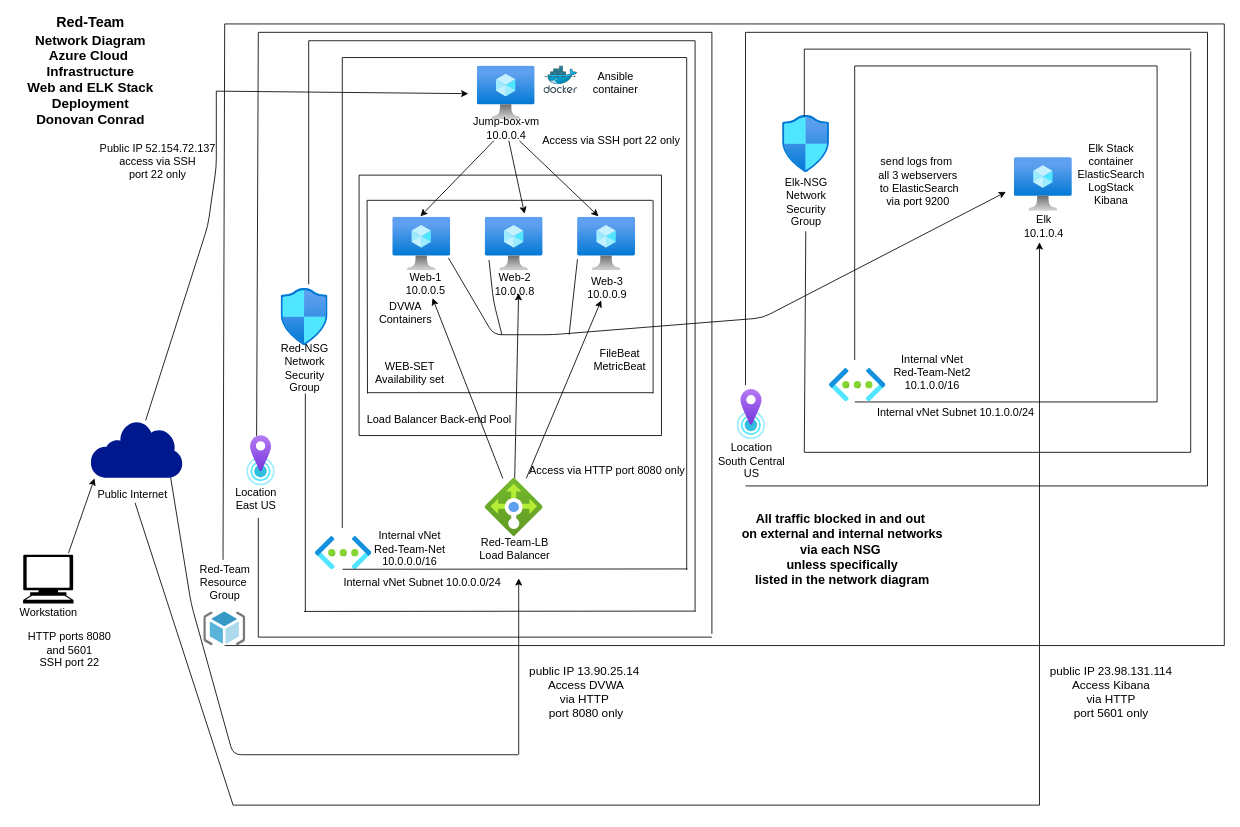
The draw.io diagram Diagrams/DConrad-Network-Diagram-Web-AND-ELK-Deployment-Azure.drawio in donovanconrad/cybersecurity_projects, before the edit. Source tidied: cells renumbered, new cells numbered last; positions are measured from the earlier drawing's top-left corner, leaving out a move shared by most shapes. Both pictures are drawn from the tidied source at 84%, with x=0, y=0 at pixel (14, 20).
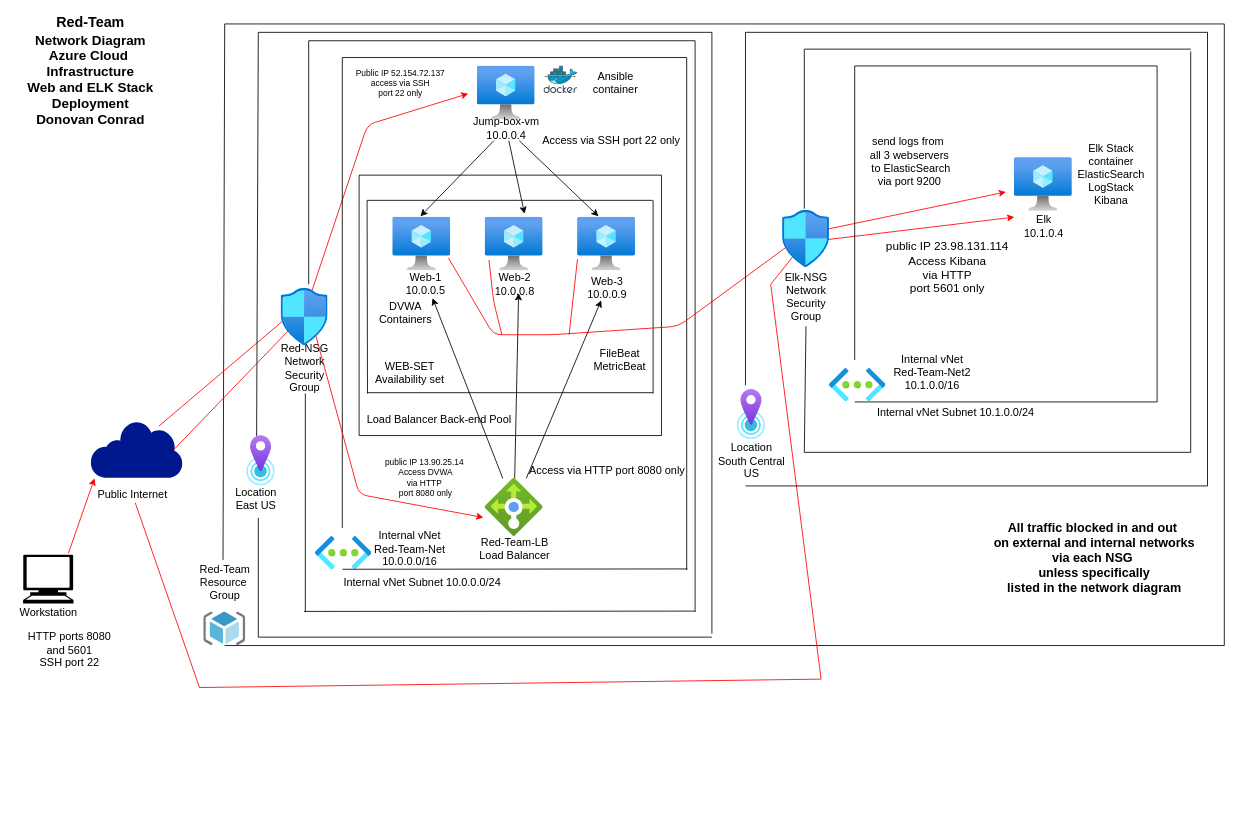
After the change.

Commit message (it also covers changes not shown here):
Update Network Diagrams

The change refers to these unchanged cells:
```xml
<mxCell id="3" style="html=1;points=[];align=center;image;fontSize=12;image=img/lib/azure2/compute/Virtual_Machine.svg;" parent="1" vertex="1">
  <mxGeometry x="450" y="234" width="69" height="64" as="geometry" />
</mxCell>
<mxCell id="4" style="html=1;points=[];align=center;image;fontSize=12;image=img/lib/azure2/compute/Virtual_Machine.svg;" parent="1" vertex="1">
  <mxGeometry x="670" y="234" width="69" height="64" as="geometry" />
</mxCell>
<mxCell id="5" style="html=1;points=[];align=center;image;fontSize=12;image=img/lib/azure2/compute/Virtual_Machine.svg;" parent="1" vertex="1">
  <mxGeometry x="560" y="234" width="69" height="64" as="geometry" />
</mxCell>
<mxCell id="8" style="html=1;points=[];align=center;image;fontSize=12;image=img/lib/azure2/networking/Load_Balancers.svg;" parent="1" vertex="1">
  <mxGeometry x="560" y="545" width="69" height="69" as="geometry" />
</mxCell>
<mxCell id="50" style="shadow=0;dashed=0;html=1;strokeColor=none;labelPosition=center;verticalLabelPosition=bottom;verticalAlign=top;align=center;fillColor=#00188D;shape=mxgraph.mscae.enterprise.internet;fontSize=13;" parent="1" vertex="1">
  <mxGeometry x="90" y="476" width="110" height="68.2" as="geometry" />
</mxCell>
<mxCell id="52" value="Public Internet&lt;br&gt;" style="text;html=1;align=center;verticalAlign=middle;points=[];fillColor=none;strokeColor=none;rounded=0;fontSize=13;" parent="1" vertex="1">
  <mxGeometry x="90" y="554" width="100" height="20" as="geometry" />
</mxCell>
```

What changed in the source:
```diff
@@
-    <mxCell id="9" style="html=1;points=[];align=center;image;fontSize=12;image=img/lib/azure2/networking/Network_Security_Groups.svg;" parent="1" vertex="1">
-      <mxGeometry x="317" y="319" width="56" height="68" as="geometry" />
-    </mxCell>
@@
-    <mxCell id="29" style="endArrow=classic;html=1;" parent="1" edge="1">
-      <mxGeometry relative="1" as="geometry">
-        <mxPoint x="600" y="874" as="sourcePoint" />
-        <mxPoint x="600" y="664" as="targetPoint" />
-      </mxGeometry>
-    </mxCell>
-    <mxCell id="30" style="endArrow=classic;html=1;" parent="1" edge="1">
+    <mxCell id="30" style="endArrow=classic;html=1;exitX=0.661;exitY=0.032;exitDx=0;exitDy=0;exitPerimeter=0;strokeColor=#FF0000;" parent="1" edge="1" source="9">
       <mxGeometry relative="1" as="geometry">
-        <mxPoint x="240" y="84" as="sourcePoint" />
         <mxPoint x="540" y="87" as="targetPoint" />
+        <Array as="points">
+          <mxPoint x="420" y="124" />
+        </Array>
       </mxGeometry>
     </mxCell>
-    <mxCell id="31" value="&lt;font style=&quot;font-size: 13px&quot;&gt;Public IP 52.154.72.137&lt;br&gt;access via SSH &lt;br&gt;port 22 only&lt;/font&gt;" style="text;html=1;align=center;verticalAlign=middle;fillColor=none;strokeColor=none;rounded=0;" parent="1" vertex="1">
-      <mxGeometry x="95" y="143" width="150" height="50" as="geometry" />
+    <mxCell id="31" value="&lt;font style=&quot;font-size: 10px;&quot;&gt;Public IP 52.154.72.137&lt;br style=&quot;font-size: 10px;&quot;&gt;access via SSH &lt;br style=&quot;font-size: 10px;&quot;&gt;port 22 only&lt;/font&gt;" style="text;html=1;align=center;verticalAlign=middle;fillColor=none;strokeColor=none;rounded=0;fontSize=10;" parent="1" vertex="1">
+      <mxGeometry x="399" y="54" width="120" height="40" as="geometry" />
     </mxCell>
@@
-    <mxCell id="40" value="&lt;font style=&quot;font-size: 14px&quot;&gt;public IP 13.90.25.14&amp;nbsp;&lt;br&gt;Access DVWA &lt;br&gt;via HTTP&amp;nbsp;&lt;br&gt;port 8080 only&lt;/font&gt;" style="text;html=1;align=center;verticalAlign=middle;fillColor=none;strokeColor=none;rounded=0;fontSize=13;" parent="1" vertex="1">
-      <mxGeometry x="604.5" y="764" width="150" height="70" as="geometry" />
+    <mxCell id="40" value="&lt;font style=&quot;font-size: 10px;&quot;&gt;public IP 13.90.25.14&amp;nbsp;&lt;br style=&quot;font-size: 10px;&quot;&gt;Access DVWA &lt;br style=&quot;font-size: 10px;&quot;&gt;via HTTP&amp;nbsp;&lt;br style=&quot;font-size: 10px;&quot;&gt;port 8080 only&lt;/font&gt;" style="text;html=1;align=center;verticalAlign=middle;fillColor=none;strokeColor=none;rounded=0;fontSize=10;" parent="1" vertex="1">
+      <mxGeometry x="434" y="519" width="110" height="50" as="geometry" />
     </mxCell>
@@
-    <mxCell id="51" style="edgeStyle=none;rounded=0;jettySize=auto;html=1;fontSize=13;" parent="1" edge="1" source="52">
+    <mxCell id="51" style="edgeStyle=none;rounded=0;jettySize=auto;html=1;fontSize=13;strokeColor=#FF0000;" parent="1" edge="1" source="52">
       <mxGeometry relative="1" as="geometry">
-        <mxPoint x="1220" y="264" as="targetPoint" />
+        <mxPoint x="1190" y="234" as="targetPoint" />
         <Array as="points">
-          <mxPoint x="260" y="934" />
-          <mxPoint x="1220" y="934" />
+          <mxPoint x="220" y="794" />
+          <mxPoint x="960" y="784" />
+          <mxPoint x="900" y="314" />
+          <mxPoint x="940" y="264" />
         </Array>
       </mxGeometry>
     </mxCell>
@@
-    <mxCell id="53" style="endArrow=none;html=1;fontSize=13;" parent="1" edge="1" source="50">
-      <mxGeometry relative="1" as="geometry">
-        <mxPoint x="240" y="84" as="targetPoint" />
-        <Array as="points">
-          <mxPoint x="230" y="244" />
-          <mxPoint x="240" y="174" />
-        </Array>
-      </mxGeometry>
+    <mxCell id="53" style="endArrow=none;html=1;fontSize=13;entryX=0.046;entryY=0.562;entryDx=0;entryDy=0;entryPerimeter=0;exitX=0.742;exitY=0.1;exitDx=0;exitDy=0;exitPerimeter=0;strokeColor=#FF0000;" parent="1" edge="1" source="50" target="9">
+      <mxGeometry relative="1" as="geometry" />
     </mxCell>
-    <mxCell id="54" style="endArrow=none;html=1;fontSize=13;exitX=0.87;exitY=1;exitDx=0;exitDy=0;exitPerimeter=0;" parent="1" edge="1" source="50">
-      <mxGeometry relative="1" as="geometry">
-        <mxPoint x="599" y="874" as="targetPoint" />
-        <Array as="points">
-          <mxPoint x="210" y="694" />
-          <mxPoint x="260" y="874" />
-        </Array>
-      </mxGeometry>
-    </mxCell>
@@
-    <mxCell id="64" style="endArrow=classic;html=1;fontSize=13;entryX=0.05;entryY=-0.45;entryDx=0;entryDy=0;entryPerimeter=0;" parent="1" edge="1" target="52">
+    <mxCell id="64" style="endArrow=classic;html=1;fontSize=13;entryX=0.05;entryY=-0.45;entryDx=0;entryDy=0;entryPerimeter=0;strokeColor=#FF0000;" parent="1" edge="1" target="52">
       <mxGeometry relative="1" as="geometry">
         <mxPoint x="64" y="634" as="sourcePoint" />
       </mxGeometry>
     </mxCell>
@@
-    <mxCell id="74" style="html=1;align=center;image;fontSize=12;image=img/lib/azure2/networking/Network_Security_Groups.svg;" parent="1" vertex="1">
-      <mxGeometry x="914" y="113" width="56" height="68" as="geometry" />
-    </mxCell>
     <mxCell id="75" value="Elk-NSG&lt;br&gt;Network&lt;br&gt;Security&lt;br&gt;Group" style="text;html=1;align=center;verticalAlign=middle;points=[];fillColor=none;strokeColor=none;rounded=0;fontSize=13;" parent="1" vertex="1">
-      <mxGeometry x="907" y="181" width="70" height="70" as="geometry" />
+      <mxGeometry x="907" y="294" width="70" height="70" as="geometry" />
     </mxCell>
     <mxCell id="76" style="endArrow=none;html=1;fontSize=13;" parent="1" edge="1">
       <mxGeometry relative="1" as="geometry">
-        <mxPoint x="940" y="114" as="sourcePoint" />
+        <mxPoint x="940" y="224" as="sourcePoint" />
         <mxPoint x="940" y="34" as="targetPoint" />
       </mxGeometry>
     </mxCell>
@@
-    <mxCell id="80" style="endArrow=none;html=1;fontSize=13;" parent="1" edge="1" target="75">
+    <mxCell id="80" style="endArrow=none;html=1;fontSize=13;" parent="1" edge="1">
       <mxGeometry relative="1" as="geometry">
         <mxPoint x="940" y="514" as="sourcePoint" />
+        <mxPoint x="942" y="364" as="targetPoint" />
       </mxGeometry>
     </mxCell>
@@
     <mxCell id="82" value="&lt;div style=&quot;font-size: 15px&quot;&gt;&lt;b&gt;&lt;font style=&quot;font-size: 15px&quot;&gt;All traffic blocked in and out&amp;nbsp;&lt;/font&gt;&lt;/b&gt;&lt;/div&gt;&lt;div style=&quot;font-size: 15px&quot;&gt;&lt;b&gt;&lt;font style=&quot;font-size: 15px&quot;&gt;on external and internal networks&lt;/font&gt;&lt;/b&gt;&lt;/div&gt;&lt;div style=&quot;font-size: 15px&quot;&gt;&lt;b&gt;&lt;font style=&quot;font-size: 15px&quot;&gt;via each NSG&amp;nbsp;&lt;/font&gt;&lt;/b&gt;&lt;/div&gt;&lt;div style=&quot;font-size: 15px&quot;&gt;&lt;b&gt;&lt;font style=&quot;font-size: 15px&quot;&gt;unless specifically&lt;/font&gt;&lt;/b&gt;&lt;/div&gt;&lt;div style=&quot;font-size: 15px&quot;&gt;&lt;b&gt;&lt;font style=&quot;font-size: 15px&quot;&gt;listed in the network diagram&lt;/font&gt;&lt;/b&gt;&lt;/div&gt;" style="text;html=1;align=center;verticalAlign=middle;fillColor=none;strokeColor=none;rounded=0;fontSize=13;" parent="1" vertex="1">
-      <mxGeometry x="860" y="584" width="250" height="90" as="geometry" />
+      <mxGeometry x="1160" y="594" width="250" height="90" as="geometry" />
     </mxCell>
-    <mxCell id="83" style="endArrow=classic;html=1;fontSize=13;exitX=0.962;exitY=0.76;exitDx=0;exitDy=0;exitPerimeter=0;" parent="1" edge="1" source="3">
+    <mxCell id="83" style="endArrow=classic;html=1;fontSize=13;exitX=0.962;exitY=0.76;exitDx=0;exitDy=0;exitPerimeter=0;strokeColor=#FF0000;" parent="1" edge="1" source="3">
       <mxGeometry relative="1" as="geometry">
         <mxPoint x="1180" y="204" as="targetPoint" />
         <Array as="points">
           <mxPoint x="570" y="374" />
           <mxPoint x="640" y="374" />
-          <mxPoint x="890" y="354" />
+          <mxPoint x="790" y="364" />
+          <mxPoint x="940" y="254" />
         </Array>
       </mxGeometry>
     </mxCell>
-    <mxCell id="84" style="endArrow=none;html=1;fontSize=13;entryX=0.067;entryY=0.797;entryDx=0;entryDy=0;entryPerimeter=0;" parent="1" edge="1" target="5">
+    <mxCell id="84" style="endArrow=none;html=1;fontSize=13;entryX=0.067;entryY=0.797;entryDx=0;entryDy=0;entryPerimeter=0;strokeColor=#FF0000;" parent="1" edge="1" target="5">
       <mxGeometry relative="1" as="geometry">
         <mxPoint x="580" y="374" as="sourcePoint" />
         <Array as="points">
           <mxPoint x="570" y="334" />
         </Array>
       </mxGeometry>
     </mxCell>
-    <mxCell id="85" style="endArrow=none;html=1;fontSize=13;entryX=0;entryY=0.781;entryDx=0;entryDy=0;entryPerimeter=0;" parent="1" edge="1" target="4">
+    <mxCell id="85" style="endArrow=none;html=1;fontSize=13;entryX=0;entryY=0.781;entryDx=0;entryDy=0;entryPerimeter=0;strokeColor=#FF0000;" parent="1" edge="1" target="4">
       <mxGeometry relative="1" as="geometry">
         <mxPoint x="660" y="374" as="sourcePoint" />
       </mxGeometry>
     </mxCell>
@@
     <mxCell id="88" value="&lt;font style=&quot;font-size: 14px&quot;&gt;public IP 23.98.131.114&lt;br&gt;Access Kibana &lt;br&gt;via HTTP&lt;br&gt;port 5601 only&lt;/font&gt;" style="text;html=1;align=center;verticalAlign=middle;fillColor=none;strokeColor=none;rounded=0;fontSize=13;" parent="1" vertex="1">
-      <mxGeometry x="1225" y="764" width="160" height="70" as="geometry" />
+      <mxGeometry x="1030" y="259" width="160" height="70" as="geometry" />
     </mxCell>
     <mxCell id="89" value="send logs from&amp;nbsp;&lt;br&gt;all 3 webservers&lt;br&gt;&amp;nbsp;to ElasticSearch&lt;br&gt;via port 9200" style="text;html=1;align=center;verticalAlign=middle;fillColor=none;strokeColor=none;rounded=0;fontSize=13;" parent="1" vertex="1">
-      <mxGeometry x="1020" y="157" width="110" height="70" as="geometry" />
+      <mxGeometry x="1010" y="133" width="110" height="70" as="geometry" />
     </mxCell>
@@
+    <mxCell id="74" style="html=1;align=center;image;fontSize=12;image=img/lib/azure2/networking/Network_Security_Groups.svg;" parent="1" vertex="1">
+      <mxGeometry x="914" y="226" width="56" height="68" as="geometry" />
+    </mxCell>
+    <mxCell id="104" style="endArrow=classic;html=1;strokeColor=#FF0000;fontSize=10;fontColor=#000000;exitX=0.91;exitY=0.5;exitDx=0;exitDy=0;exitPerimeter=0;entryX=-0.029;entryY=0.675;entryDx=0;entryDy=0;entryPerimeter=0;" parent="1" edge="1" source="50" target="8">
+      <mxGeometry relative="1" as="geometry">
+        <Array as="points">
+          <mxPoint x="350" y="344" />
+          <mxPoint x="410" y="564" />
+        </Array>
+      </mxGeometry>
+    </mxCell>
+    <mxCell id="9" style="html=1;points=[];align=center;image;fontSize=12;image=img/lib/azure2/networking/Network_Security_Groups.svg;" parent="1" vertex="1">
+      <mxGeometry x="317" y="319" width="56" height="68" as="geometry" />
+    </mxCell>
```
